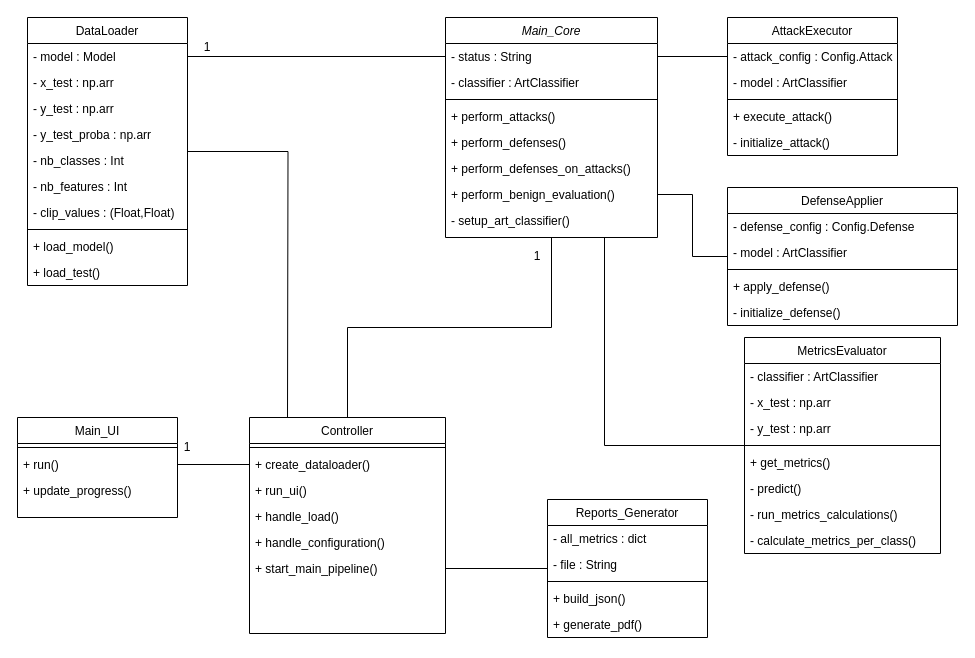
The draw.io diagram docs/ClassDiagram.drawio in RonVol/Auto-Defense-ML, before the edit. Source tidied: cells renumbered, new cells numbered last; positions are measured from the earlier drawing's top-left corner, leaving out a move shared by most shapes. Both pictures are drawn from the tidied source at 100%, with x=0, y=0 at pixel (17, 17).
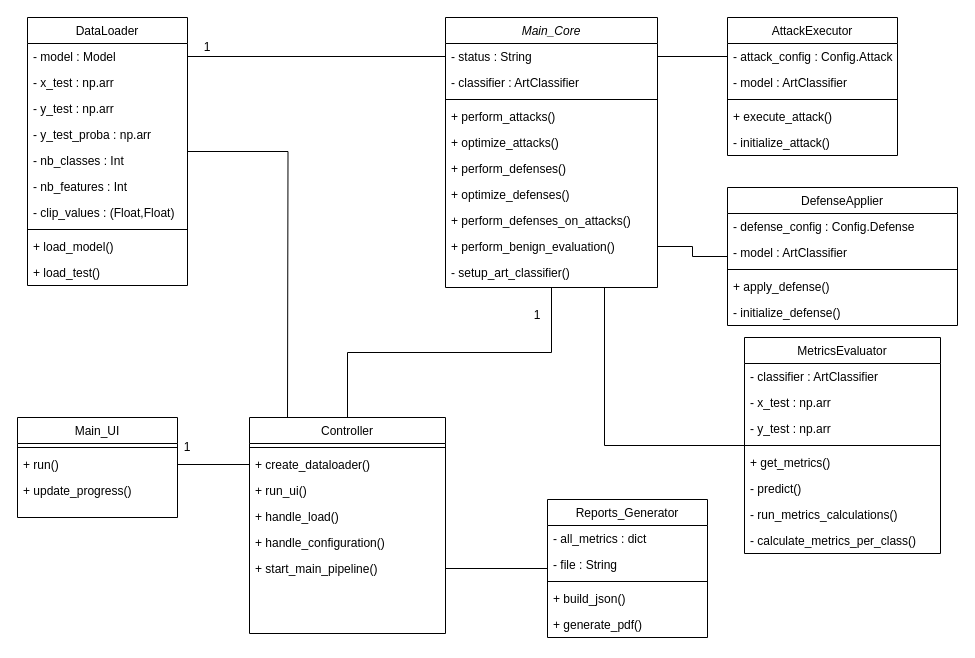
After the change.

The change refers to these unchanged cells:
```xml
<mxCell id="56" value="Controller" style="swimlane;fontStyle=0;align=center;verticalAlign=top;horizontal=1;startSize=26;rounded=0;shadow=0;strokeWidth=1;" parent="1" vertex="1">
  <mxGeometry x="232" y="400" width="196" height="216" as="geometry" />
</mxCell>
```

Diff of the diagram source:
```diff
@@
     <mxCell id="2" value="Main_Core" style="swimlane;fontStyle=2;align=center;verticalAlign=top;horizontal=1;startSize=26;rounded=0;shadow=0;strokeWidth=1;" parent="1" vertex="1">
-      <mxGeometry x="428" width="212" height="220" as="geometry" />
+      <mxGeometry x="428" width="212" height="270" as="geometry" />
     </mxCell>
@@
+    <mxCell id="71" value="+ optimize_attacks()" style="text;align=left;verticalAlign=top;spacingLeft=4;spacingRight=4;overflow=hidden;" parent="2" vertex="1">
+      <mxGeometry y="112" width="212" height="26" as="geometry" />
+    </mxCell>
     <mxCell id="7" value="+ perform_defenses()" style="text;align=left;verticalAlign=top;spacingLeft=4;spacingRight=4;overflow=hidden;" parent="2" vertex="1">
-      <mxGeometry y="112" width="212" height="26" as="geometry" />
+      <mxGeometry y="138" width="212" height="26" as="geometry" />
     </mxCell>
+    <mxCell id="72" value="+ optimize_defenses()" style="text;align=left;verticalAlign=top;spacingLeft=4;spacingRight=4;overflow=hidden;" parent="2" vertex="1">
+      <mxGeometry y="164" width="212" height="26" as="geometry" />
+    </mxCell>
     <mxCell id="8" value="+ perform_defenses_on_attacks()" style="text;align=left;verticalAlign=top;spacingLeft=4;spacingRight=4;overflow=hidden;" parent="2" vertex="1">
-      <mxGeometry y="138" width="212" height="26" as="geometry" />
+      <mxGeometry y="190" width="212" height="26" as="geometry" />
     </mxCell>
     <mxCell id="9" value="+ perform_benign_evaluation()" style="text;align=left;verticalAlign=top;spacingLeft=4;spacingRight=4;overflow=hidden;points=[[0,0.5],[1,0.5]];portConstraint=eastwest;" parent="2" vertex="1">
-      <mxGeometry y="164" width="212" height="26" as="geometry" />
+      <mxGeometry y="216" width="212" height="26" as="geometry" />
     </mxCell>
     <mxCell id="10" value="- setup_art_classifier()" style="text;align=left;verticalAlign=top;spacingLeft=4;spacingRight=4;overflow=hidden;" parent="2" vertex="1">
-      <mxGeometry y="190" width="212" height="26" as="geometry" />
+      <mxGeometry y="242" width="212" height="26" as="geometry" />
     </mxCell>
@@
-    <mxCell id="55" style="edgeStyle=orthogonalEdgeStyle;rounded=0;jettySize=auto;html=1;entryX=0.5;entryY=1;entryDx=0;entryDy=0;endArrow=none;endFill=0;" parent="1" edge="1" source="56" target="2">
+    <mxCell id="55" style="edgeStyle=orthogonalEdgeStyle;rounded=0;jettySize=auto;html=1;endArrow=none;endFill=0;entryX=0.5;entryY=1;entryDx=0;entryDy=0;" parent="1" edge="1" source="56" target="2">
       <mxGeometry relative="1" as="geometry" />
     </mxCell>
@@
     <mxCell id="69" value="1" style="text;html=1;align=center;verticalAlign=middle;whiteSpace=wrap;rounded=0;" parent="1" vertex="1">
-      <mxGeometry x="510" y="229" width="20" height="20" as="geometry" />
+      <mxGeometry x="510" y="288" width="20" height="20" as="geometry" />
     </mxCell>
```
